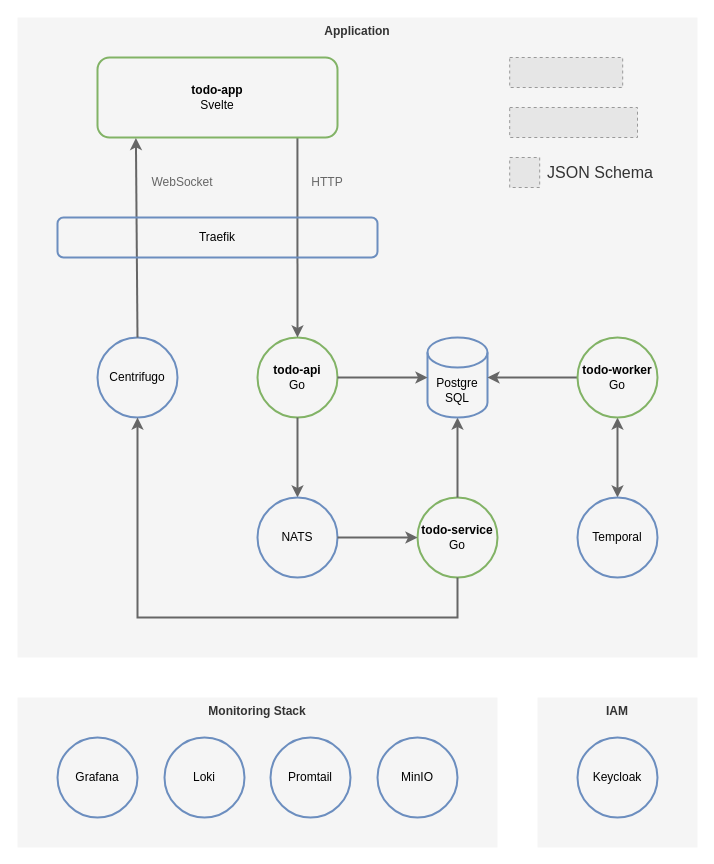
Above: doc/architecture.drawio in heikkilamarko/todo-app (draw.io), before the change. Source tidied: cells renumbered, new cells numbered last; positions are measured from the earlier drawing's top-left corner, leaving out a move shared by most shapes. Both pictures are drawn from the tidied source at 100%, with x=0, y=0 at pixel (17, 17). Pictures stored in the file or linked from it are replaced by grey dashed boxes.
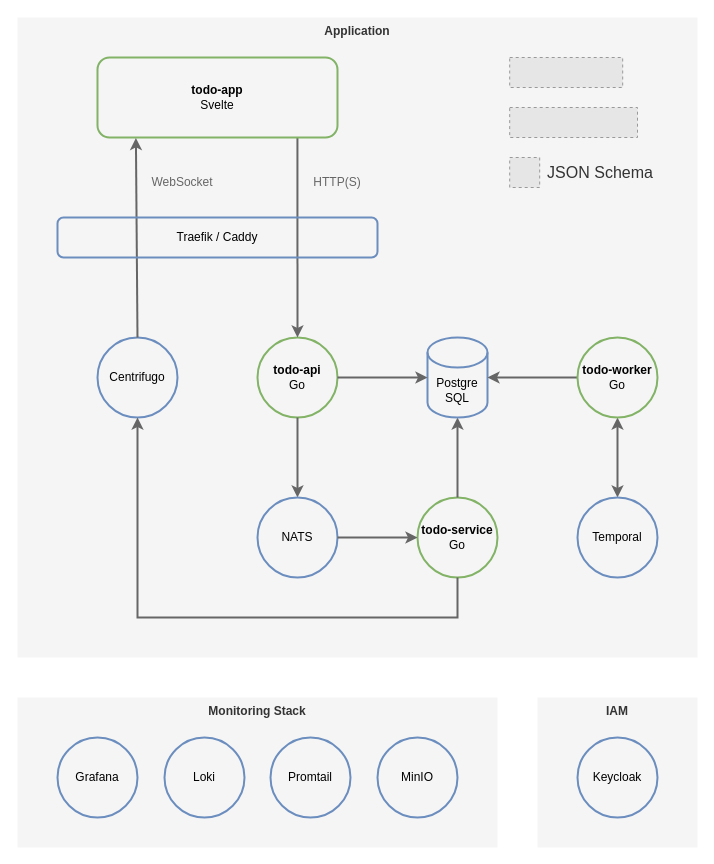
Above is the later version.

The edit, as a diff of the source:
```diff
@@
-    <mxCell id="17" value="Traefik" style="rounded=1;whiteSpace=wrap;html=1;sketch=0;fontFamily=Helvetica;fillColor=none;strokeColor=#6c8ebf;labelBackgroundColor=none;align=center;strokeWidth=2;fontSize=12;" parent="1" vertex="1">
+    <mxCell id="17" value="Traefik / Caddy" style="rounded=1;whiteSpace=wrap;html=1;sketch=0;fontFamily=Helvetica;fillColor=none;strokeColor=#6c8ebf;labelBackgroundColor=none;align=center;strokeWidth=2;fontSize=12;" parent="1" vertex="1">
       <mxGeometry x="40" y="200" width="320" height="40" as="geometry" />
     </mxCell>
@@
-    <mxCell id="29" value="HTTP" style="text;html=1;strokeColor=none;fillColor=none;align=center;verticalAlign=middle;whiteSpace=wrap;rounded=0;glass=0;labelBackgroundColor=none;sketch=0;fontFamily=Helvetica;fontSize=12;fontColor=#666666;" parent="1" vertex="1">
-      <mxGeometry x="280" y="150" width="60" height="30" as="geometry" />
+    <mxCell id="29" value="HTTP(S)" style="text;html=1;strokeColor=none;fillColor=none;align=center;verticalAlign=middle;whiteSpace=wrap;rounded=0;glass=0;labelBackgroundColor=none;sketch=0;fontFamily=Helvetica;fontSize=12;fontColor=#666666;" parent="1" vertex="1">
+      <mxGeometry x="290" y="150" width="60" height="30" as="geometry" />
     </mxCell>
```
